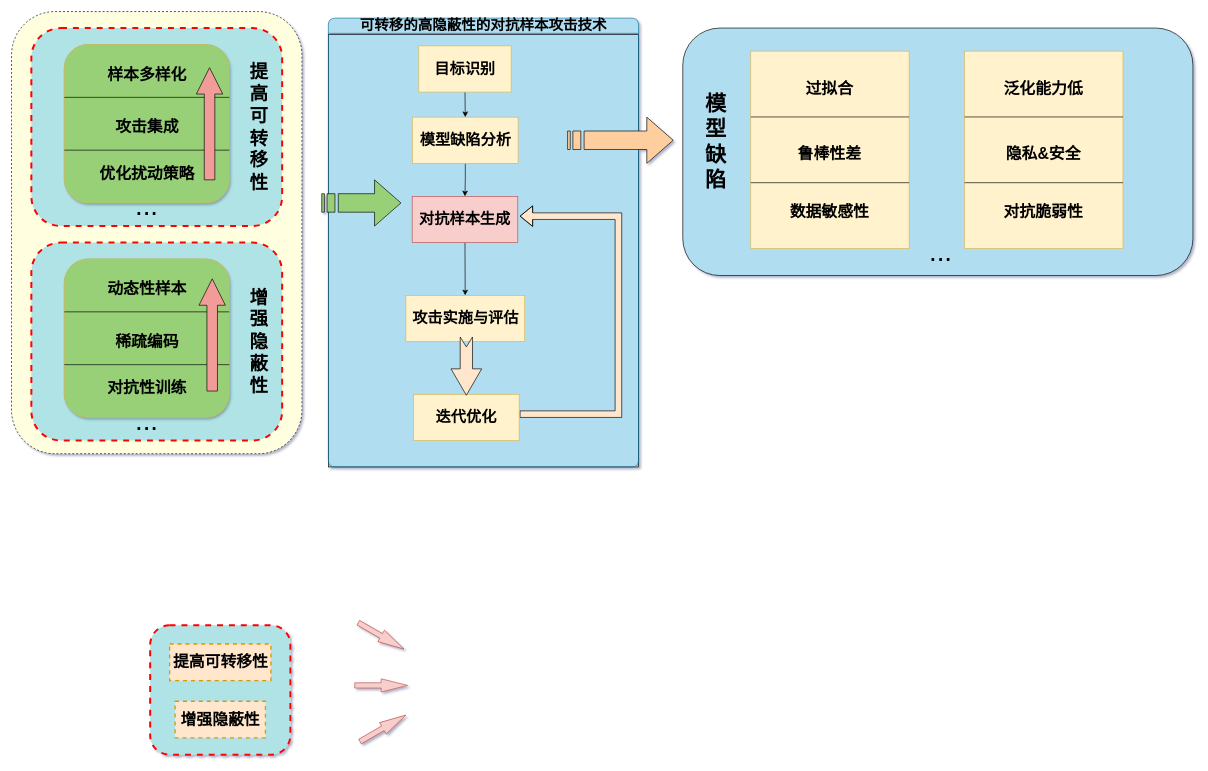
The draw.io diagram page "第 1 页" (1 of 2) of 对抗攻击.drawio in Stefan-Beauchamp/hello-world, before the edit. Source tidied: cells renumbered, new cells numbered last; positions are measured from the earlier drawing's top-left corner, leaving out a move shared by most shapes. Both pictures are drawn from the tidied source at 66%, with x=0, y=0 at pixel (11, 11).
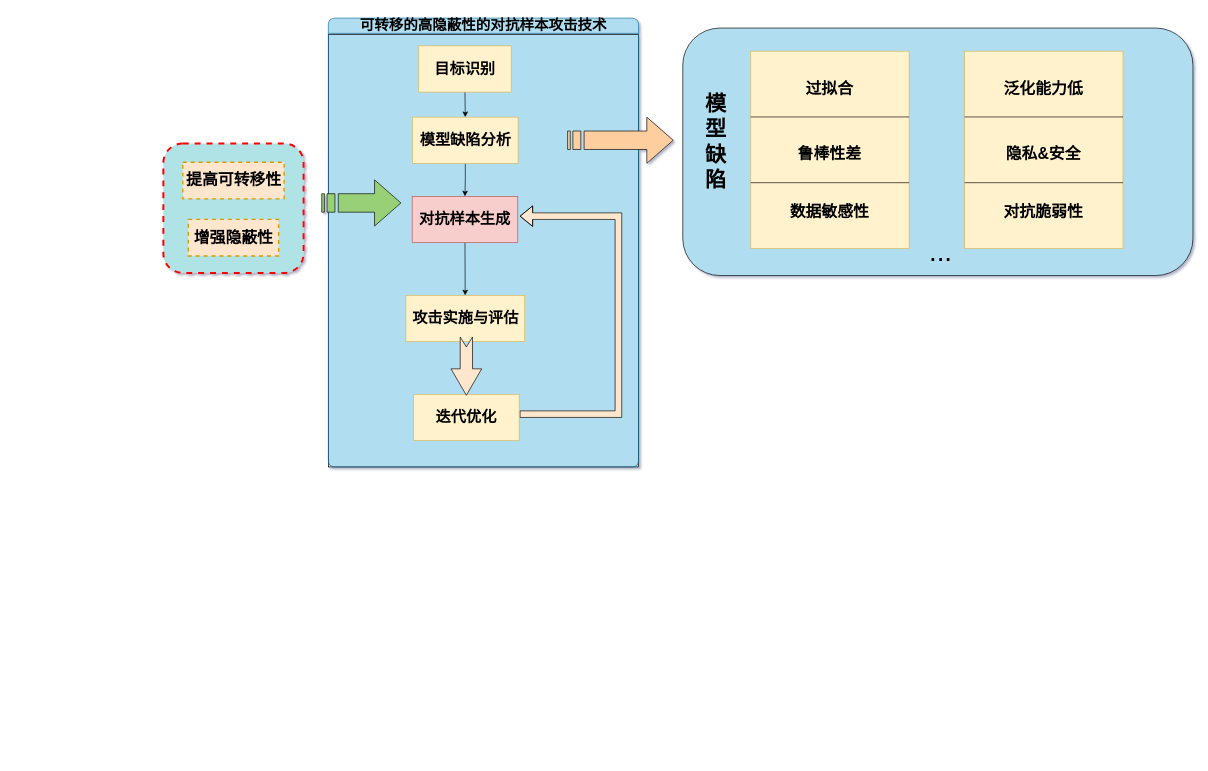
After the change.

Commit message (it also covers changes not shown here):
更新对抗攻击.drawio

What changed in the source:
```diff
@@
-    <mxCell id="17" style="rounded=1;whiteSpace=wrap;html=1;fillColor=#FFFFE0;dashed=1;strokeWidth=1;strokeColor=default;perimeterSpacing=0;" parent="1" vertex="1">
-      <mxGeometry width="440" height="670" as="geometry" />
-    </mxCell>
-    <mxCell id="18" style="rounded=1;whiteSpace=wrap;html=1;fillColor=#b0e3e6;strokeColor=#FF0000;dashed=1;strokeWidth=3;" parent="1" vertex="1">
-      <mxGeometry x="30" y="25" width="380" height="300" as="geometry" />
-    </mxCell>
-    <mxCell id="19" value="&lt;font style=&quot;font-size: 42px;&quot;&gt;...&lt;/font&gt;" style="text;html=1;align=center;verticalAlign=middle;whiteSpace=wrap;rounded=0;" parent="1" vertex="1">
-      <mxGeometry x="175" y="280" width="60" height="30" as="geometry" />
-    </mxCell>
-    <mxCell id="20" value="&lt;b style=&quot;&quot;&gt;&lt;font style=&quot;font-size: 28px;&quot;&gt;提高可转移性&lt;/font&gt;&lt;/b&gt;" style="text;html=1;align=center;verticalAlign=middle;whiteSpace=wrap;rounded=0;" parent="1" vertex="1">
-      <mxGeometry x="360" y="60" width="30" height="230" as="geometry" />
-    </mxCell>
-    <mxCell id="21" style="group;fillColor=#d5e8d4;strokeColor=#82b366;rounded=1;shadow=1;" parent="1" vertex="1">
-      <mxGeometry x="80" y="50" width="250" height="240" as="geometry" />
-    </mxCell>
-    <mxCell id="22" style="rounded=1;whiteSpace=wrap;html=1;fillColor=#97D077;strokeColor=#d6b656;" parent="21" vertex="1">
-      <mxGeometry width="250" height="240" as="geometry" />
-    </mxCell>
-    <mxCell id="23" value="&lt;span style=&quot;font-size: 24px;&quot;&gt;&lt;b&gt;样本多样化&lt;/b&gt;&lt;/span&gt;" style="text;html=1;align=center;verticalAlign=middle;whiteSpace=wrap;rounded=0;" parent="21" vertex="1">
-      <mxGeometry x="32.7" y="20" width="184.5" height="51.4" as="geometry" />
-    </mxCell>
-    <mxCell id="24" value="&lt;b&gt;&lt;font style=&quot;font-size: 24px;&quot;&gt;优化扰动策略&lt;/font&gt;&lt;/b&gt;" style="text;html=1;align=center;verticalAlign=middle;whiteSpace=wrap;rounded=0;" parent="21" vertex="1">
-      <mxGeometry x="32.7" y="170" width="184.5" height="51.4" as="geometry" />
-    </mxCell>
-    <mxCell id="25" style="rounded=0;orthogonalLoop=1;jettySize=auto;html=1;exitX=0;exitY=0.75;exitDx=0;exitDy=0;entryX=1;entryY=0.75;entryDx=0;entryDy=0;endArrow=none;endFill=0;" parent="21" edge="1">
-      <mxGeometry relative="1" as="geometry">
-        <mxPoint y="160" as="sourcePoint" />
-        <mxPoint x="250" y="160" as="targetPoint" />
-      </mxGeometry>
-    </mxCell>
-    <mxCell id="26" style="rounded=0;orthogonalLoop=1;jettySize=auto;html=1;exitX=0;exitY=0.25;exitDx=0;exitDy=0;entryX=1;entryY=0.25;entryDx=0;entryDy=0;endArrow=none;endFill=0;" parent="21" edge="1">
-      <mxGeometry relative="1" as="geometry">
-        <mxPoint y="80" as="sourcePoint" />
-        <mxPoint x="250" y="80" as="targetPoint" />
-      </mxGeometry>
-    </mxCell>
-    <mxCell id="27" value="&lt;b&gt;&lt;font style=&quot;font-size: 24px;&quot;&gt;攻击集成&lt;/font&gt;&lt;/b&gt;" style="text;html=1;align=center;verticalAlign=middle;whiteSpace=wrap;rounded=0;" parent="21" vertex="1">
-      <mxGeometry x="32.7" y="110" width="184.5" height="30" as="geometry" />
-    </mxCell>
-    <mxCell id="28" style="html=1;shadow=0;dashed=0;align=center;verticalAlign=middle;shape=mxgraph.arrows2.arrow;dy=0.6;dx=40;direction=north;notch=0;fillColor=#F19C99;" parent="21" vertex="1">
-      <mxGeometry x="200" y="35" width="40" height="170" as="geometry" />
-    </mxCell>
-    <mxCell id="29" style="rounded=1;whiteSpace=wrap;html=1;fillColor=#b0e3e6;strokeColor=#FF0000;dashed=1;strokeWidth=3;" parent="1" vertex="1">
-      <mxGeometry x="30" y="350" width="380" height="300" as="geometry" />
-    </mxCell>
-    <mxCell id="30" value="&lt;font style=&quot;font-size: 42px;&quot;&gt;...&lt;/font&gt;" style="text;html=1;align=center;verticalAlign=middle;whiteSpace=wrap;rounded=0;" parent="1" vertex="1">
-      <mxGeometry x="175" y="605" width="60" height="30" as="geometry" />
-    </mxCell>
-    <mxCell id="31" value="&lt;b style=&quot;&quot;&gt;&lt;font style=&quot;font-size: 28px;&quot;&gt;增强隐蔽性&lt;/font&gt;&lt;/b&gt;" style="text;html=1;align=center;verticalAlign=middle;whiteSpace=wrap;rounded=0;" parent="1" vertex="1">
-      <mxGeometry x="360" y="385" width="30" height="230" as="geometry" />
-    </mxCell>
-    <mxCell id="32" style="group;fillColor=#d5e8d4;strokeColor=#82b366;rounded=1;shadow=1;" parent="1" vertex="1">
-      <mxGeometry x="80" y="375" width="250" height="240" as="geometry" />
-    </mxCell>
-    <mxCell id="33" style="rounded=1;whiteSpace=wrap;html=1;fillColor=#97D077;strokeColor=#d6b656;" parent="32" vertex="1">
-      <mxGeometry width="250" height="240" as="geometry" />
-    </mxCell>
-    <mxCell id="34" value="&lt;b&gt;&lt;font style=&quot;font-size: 24px;&quot;&gt;对抗性训练&lt;/font&gt;&lt;/b&gt;" style="text;html=1;align=center;verticalAlign=middle;whiteSpace=wrap;rounded=0;" parent="32" vertex="1">
-      <mxGeometry x="32.7" y="170" width="184.5" height="51.4" as="geometry" />
-    </mxCell>
-    <mxCell id="35" style="rounded=0;orthogonalLoop=1;jettySize=auto;html=1;exitX=0;exitY=0.75;exitDx=0;exitDy=0;entryX=1;entryY=0.75;entryDx=0;entryDy=0;endArrow=none;endFill=0;" parent="32" edge="1">
-      <mxGeometry relative="1" as="geometry">
-        <mxPoint y="160" as="sourcePoint" />
-        <mxPoint x="250" y="160" as="targetPoint" />
-      </mxGeometry>
-    </mxCell>
-    <mxCell id="36" style="rounded=0;orthogonalLoop=1;jettySize=auto;html=1;exitX=0;exitY=0.25;exitDx=0;exitDy=0;entryX=1;entryY=0.25;entryDx=0;entryDy=0;endArrow=none;endFill=0;" parent="32" edge="1">
-      <mxGeometry relative="1" as="geometry">
-        <mxPoint y="80" as="sourcePoint" />
-        <mxPoint x="250" y="80" as="targetPoint" />
-      </mxGeometry>
-    </mxCell>
-    <mxCell id="37" value="&lt;b&gt;&lt;font style=&quot;font-size: 24px;&quot;&gt;稀疏编码&lt;/font&gt;&lt;/b&gt;" style="text;html=1;align=center;verticalAlign=middle;whiteSpace=wrap;rounded=0;" parent="32" vertex="1">
-      <mxGeometry x="32.7" y="110" width="184.5" height="30" as="geometry" />
-    </mxCell>
-    <mxCell id="38" value="&lt;span style=&quot;font-size: 24px;&quot;&gt;&lt;b&gt;动态性样本&lt;/b&gt;&lt;/span&gt;" style="text;html=1;align=center;verticalAlign=middle;whiteSpace=wrap;rounded=0;" parent="32" vertex="1">
-      <mxGeometry x="32.7" y="20" width="184.5" height="51.4" as="geometry" />
-    </mxCell>
-    <mxCell id="39" style="html=1;shadow=0;dashed=0;align=center;verticalAlign=middle;shape=mxgraph.arrows2.arrow;dy=0.6;dx=40;direction=north;notch=0;fillColor=#F19C99;" parent="32" vertex="1">
-      <mxGeometry x="204" y="30" width="40" height="170" as="geometry" />
-    </mxCell>
     <mxCell id="40" style="group;" parent="1" vertex="1">
-      <mxGeometry x="210" y="930" width="212.5" height="196" as="geometry" />
+      <mxGeometry x="230" y="200" width="212.5" height="196" as="geometry" />
     </mxCell>
@@
-    <mxCell id="61" style="html=1;shadow=0;dashed=0;align=center;verticalAlign=middle;shape=mxgraph.arrows2.arrow;dy=0.6;dx=40;direction=north;notch=0;fillColor=#f8cecc;strokeColor=#b85450;rotation=120;" parent="1" vertex="1">
-      <mxGeometry x="550" y="906" width="20" height="80" as="geometry" />
-    </mxCell>
-    <mxCell id="62" style="html=1;shadow=0;dashed=0;align=center;verticalAlign=middle;shape=mxgraph.arrows2.arrow;dy=0.6;dx=40;direction=north;notch=0;fillColor=#f8cecc;strokeColor=#b85450;rotation=90;" parent="1" vertex="1">
-      <mxGeometry x="550" y="981" width="20" height="80" as="geometry" />
-    </mxCell>
-    <mxCell id="63" style="html=1;shadow=0;dashed=0;align=center;verticalAlign=middle;shape=mxgraph.arrows2.arrow;dy=0.6;dx=40;direction=north;notch=0;fillColor=#f8cecc;strokeColor=#b85450;rotation=60;" parent="1" vertex="1">
-      <mxGeometry x="552.7" y="1046" width="20" height="80" as="geometry" />
-    </mxCell>
```
